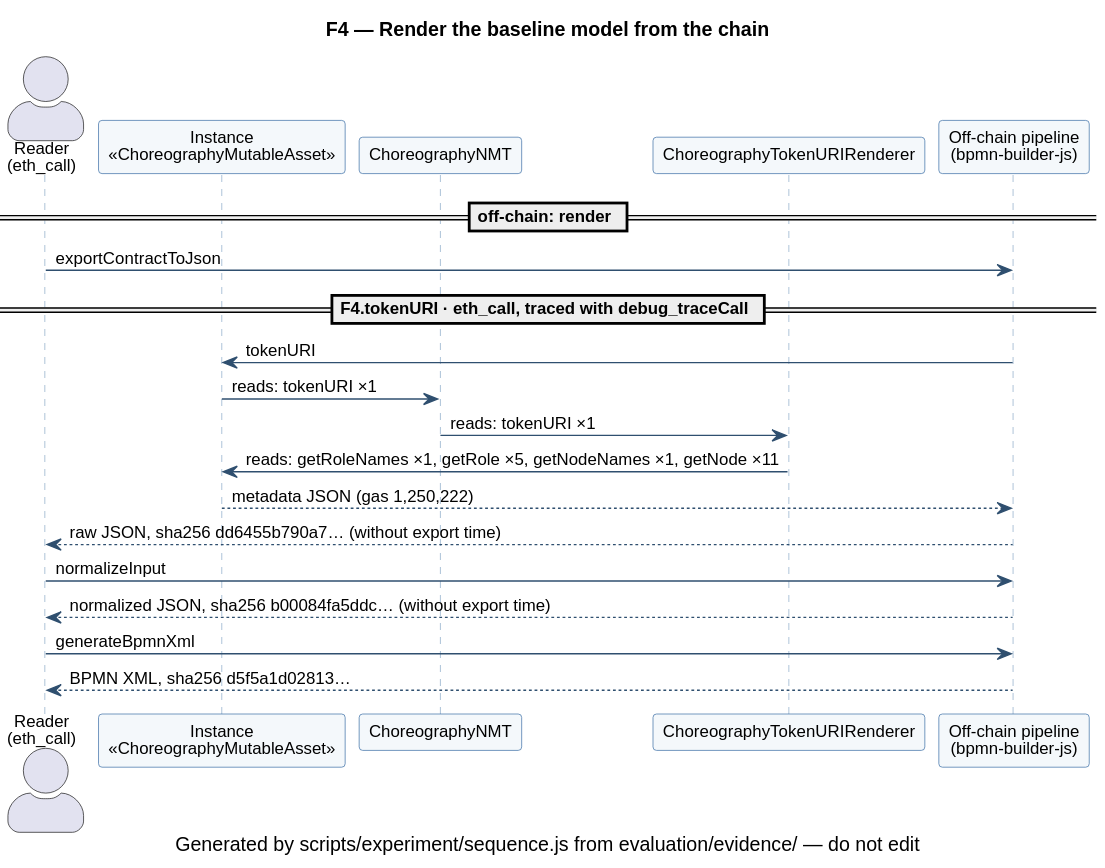
The PlantUML diagram evaluation/evidence/uml/F4.svg in d0na/ChorNMT, before a commit.
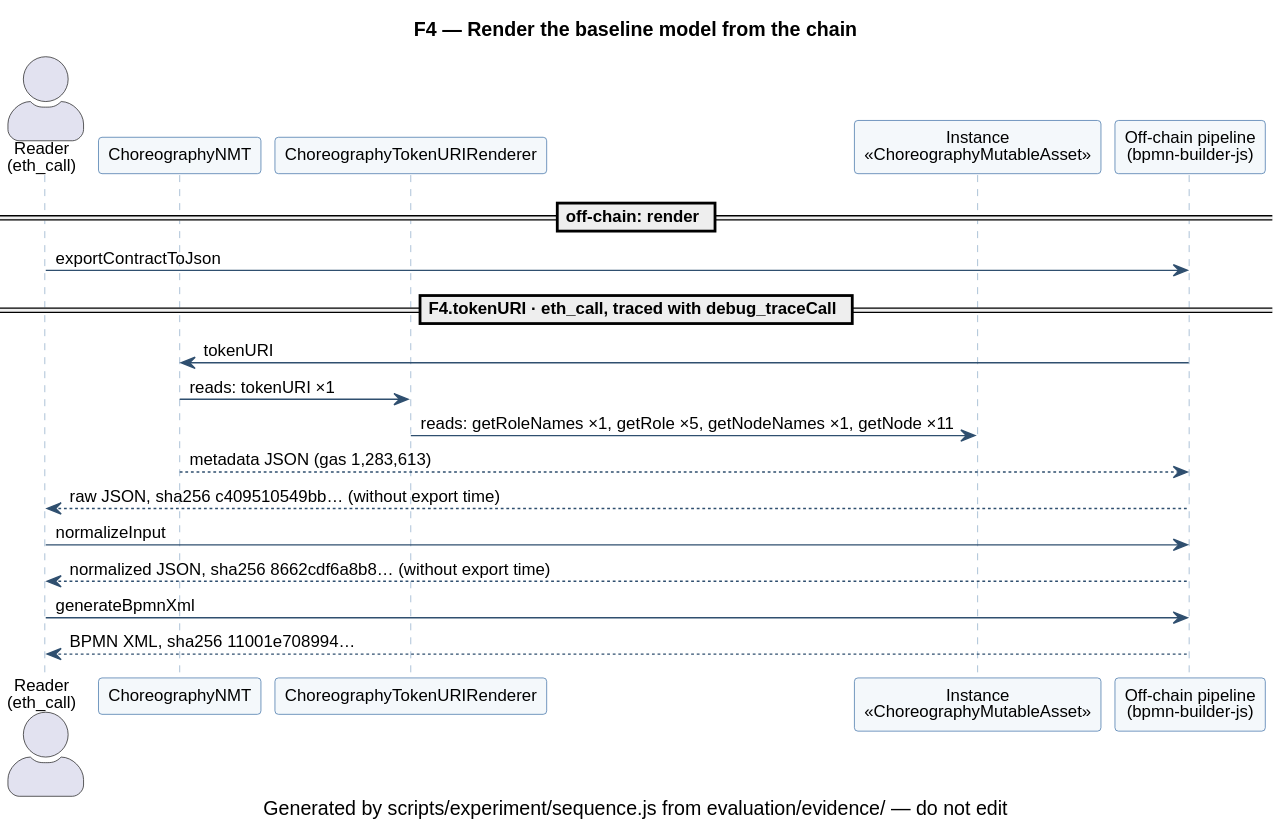
After the commit.

Change to the diagram source:
```diff
@@ -21,21 +21,20 @@
 title F4 — Render the baseline model from the chain
 caption Generated by scripts/experiment/sequence.js from evaluation/evidence/ — do not edit
 actor "Reader\n(eth_call)" as Reader
-participant "Instance\n<<ChoreographyMutableAsset>>" as C15
 participant "ChoreographyNMT" as C5
 participant "ChoreographyTokenURIRenderer" as C3
+participant "Instance\n<<ChoreographyMutableAsset>>" as C26
 participant "Off-chain pipeline\n(bpmn-builder-js)" as OffChain
 == off-chain: render ==
 Reader -> OffChain : exportContractToJson
 == F4.tokenURI · eth_call, traced with debug_traceCall ==
-OffChain -> C15 : tokenURI
-C15 -> C5 : reads: tokenURI ×1
+OffChain -> C5 : tokenURI
 C5 -> C3 : reads: tokenURI ×1
-C3 -> C15 : reads: getRoleNames ×1, getRole ×5, getNodeNames ×1, getNode ×11
-C15 --> OffChain : metadata JSON (gas 1,250,222)
-OffChain --> Reader : raw JSON, sha256 dd6455b790a7… (without export time)
+C3 -> C26 : reads: getRoleNames ×1, getRole ×5, getNodeNames ×1, getNode ×11
+C5 --> OffChain : metadata JSON (gas 1,283,613)
+OffChain --> Reader : raw JSON, sha256 c409510549bb… (without export time)
 Reader -> OffChain : normalizeInput
-OffChain --> Reader : normalized JSON, sha256 b00084fa5ddc… (without export time)
+OffChain --> Reader : normalized JSON, sha256 8662cdf6a8b8… (without export time)
 Reader -> OffChain : generateBpmnXml
-OffChain --> Reader : BPMN XML, sha256 d5f5a1d02813…
+OffChain --> Reader : BPMN XML, sha256 11001e708994…
 @enduml
```
